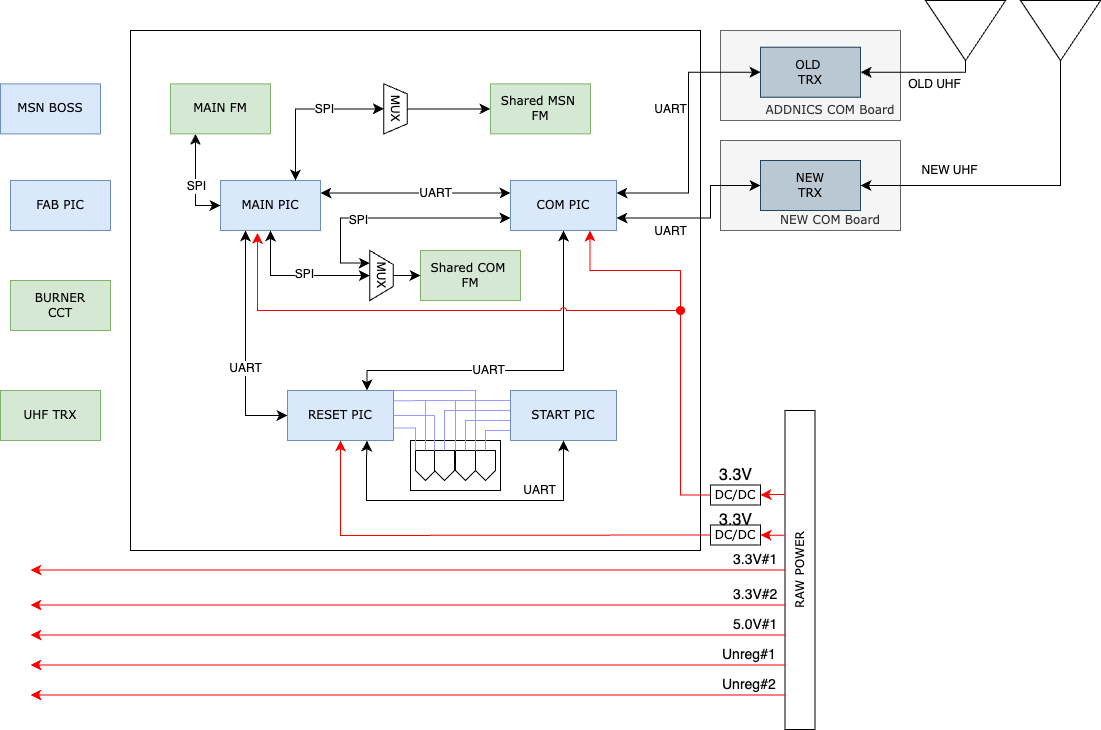
Before: Diagrams/obc-block-diagram.png, a diagram exported from draw.io (BIRDSOpenSource/BIRDSRP-OBC). Source tidied: cells renumbered, new cells last; positions are measured from the earlier drawing's top-left corner, leaving out a move shared by most shapes.
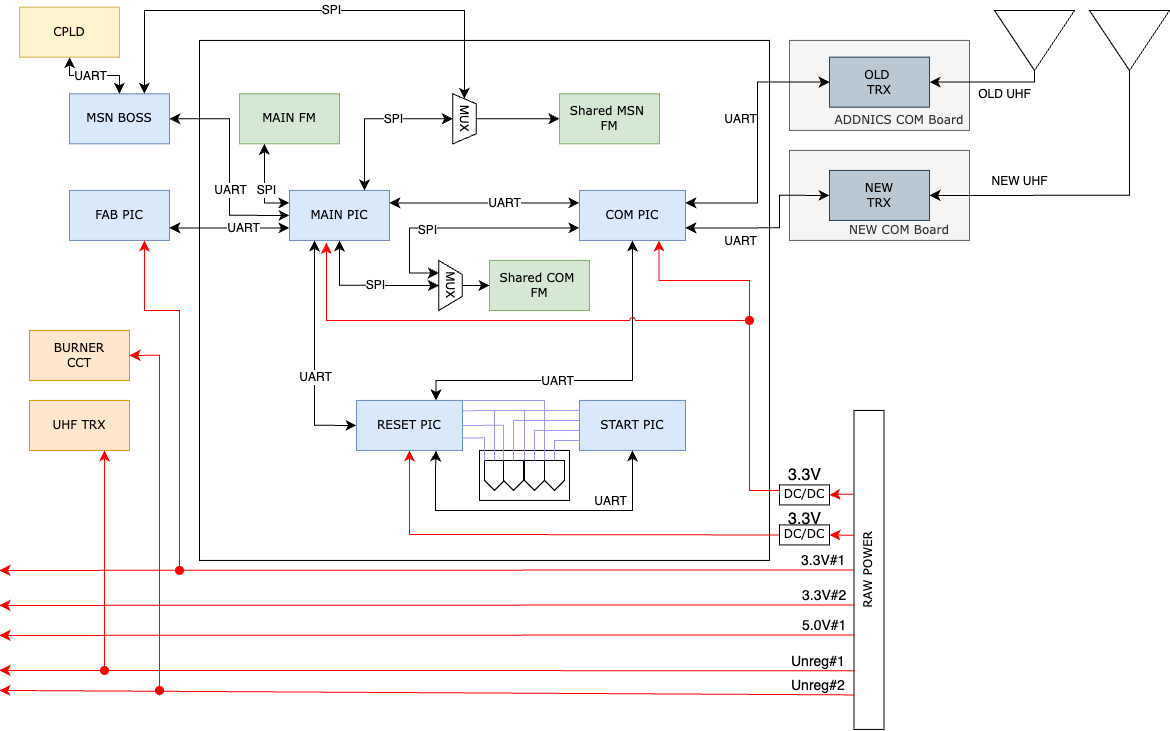
The same diagram one commit later.

Change to the diagram source:
```diff
@@ -15,7 +15,7 @@
       <mxGeometry x="510" y="190" width="106" height="50" as="geometry" />
     </mxCell>
     <mxCell id="6" value="MUX" style="shape=trapezoid;perimeter=trapezoidPerimeter;whiteSpace=wrap;html=1;fixedSize=1;rotation=90;size=14;" parent="1" vertex="1">
-      <mxGeometry x="356" y="273.3" width="50" height="23.4" as="geometry" />
+      <mxGeometry x="356" y="273.4" width="50" height="23.4" as="geometry" />
     </mxCell>
     <mxCell id="7" style="triangle;whiteSpace=wrap;html=1;rotation=90;" parent="1" vertex="1">
       <mxGeometry x="935" y="0.1" width="60" height="80" as="geometry" />
@@ -33,7 +33,7 @@
       <mxGeometry x="370" y="106.7" width="50" height="23.4" as="geometry" />
     </mxCell>
     <mxCell id="12" value="FAB PIC" style="shape=rect;dashed=0;shadow=0;html=1;whiteSpace=wrap;rotation=0;rounded=0;comic=0;labelBackgroundColor=none;strokeWidth=1;fontFamily=Verdana;fontSize=12;align=center;fillColor=#dae8fc;strokeColor=#6c8ebf;" parent="1" vertex="1">
-      <mxGeometry x="10" y="190" width="100" height="50" as="geometry" />
+      <mxGeometry y="190" width="100" height="50" as="geometry" />
     </mxCell>
     <mxCell id="13" style="endArrow=classic;html=1;rounded=0;fontSize=12;startSize=8;endSize=8;curved=1;exitX=1;exitY=0.25;exitDx=0;exitDy=0;entryX=0;entryY=0.25;entryDx=0;entryDy=0;startArrow=classic;startFill=1;" parent="1" edge="1" source="4" target="5">
       <mxGeometry relative="1" as="geometry" />
@@ -69,17 +69,14 @@
     <mxCell id="22" value="SPI" style="edgeLabel;html=1;align=center;verticalAlign=middle;fontSize=12;" parent="21" vertex="1">
       <mxGeometry x="0.25" y="2" relative="1" as="geometry" />
     </mxCell>
-    <mxCell id="23" style="endArrow=classic;html=1;rounded=0;fontSize=12;startSize=8;endSize=8;exitX=0.25;exitY=1;exitDx=0;exitDy=0;entryX=0;entryY=0.5;entryDx=0;entryDy=0;startArrow=classic;startFill=1;edgeStyle=orthogonalEdgeStyle;" parent="1" edge="1" source="3" target="4">
+    <mxCell id="23" style="endArrow=classic;html=1;rounded=0;fontSize=12;startSize=8;endSize=8;exitX=0.25;exitY=1;exitDx=0;exitDy=0;entryX=0;entryY=0.25;entryDx=0;entryDy=0;startArrow=classic;startFill=1;edgeStyle=orthogonalEdgeStyle;" parent="1" edge="1" source="3" target="4">
       <mxGeometry relative="1" as="geometry" />
     </mxCell>
     <mxCell id="24" value="SPI" style="edgeLabel;html=1;align=center;verticalAlign=middle;fontSize=12;" parent="23" vertex="1">
       <mxGeometry x="0.1" y="1" relative="1" as="geometry" />
     </mxCell>
-    <mxCell id="25" value="UHF TRX" style="shape=rect;dashed=0;shadow=0;html=1;whiteSpace=wrap;rotation=0;rounded=0;comic=0;labelBackgroundColor=none;strokeWidth=1;fontFamily=Verdana;fontSize=12;align=center;fillColor=#d5e8d4;strokeColor=#82b366;" parent="1" vertex="1">
-      <mxGeometry y="400" width="100" height="50" as="geometry" />
-    </mxCell>
-    <mxCell id="26" value="BURNER&lt;div&gt;CCT&lt;/div&gt;" style="shape=rect;dashed=0;shadow=0;html=1;whiteSpace=wrap;rotation=0;rounded=0;comic=0;labelBackgroundColor=none;strokeWidth=1;fontFamily=Verdana;fontSize=12;align=center;fillColor=#d5e8d4;strokeColor=#82b366;" parent="1" vertex="1">
-      <mxGeometry x="10" y="290" width="100" height="50" as="geometry" />
+    <mxCell id="26" value="BURNER&lt;div&gt;CCT&lt;/div&gt;" style="shape=rect;dashed=0;shadow=0;html=1;whiteSpace=wrap;rotation=0;rounded=0;comic=0;labelBackgroundColor=none;strokeWidth=1;fontFamily=Verdana;fontSize=12;align=center;fillColor=#ffe6cc;strokeColor=#d79b00;" parent="1" vertex="1">
+      <mxGeometry x="-40" y="330" width="100" height="50" as="geometry" />
     </mxCell>
     <mxCell id="27" value="&lt;blockquote style=&quot;margin: 0 0 0 40px; border: none; padding: 0px;&quot;&gt;&lt;p style=&quot;line-height: 120%; margin-bottom: 0px; margin-left: 0px; margin-top: 70px;&quot;&gt;ADDNICS COM Board&lt;/p&gt;&lt;/blockquote&gt;" style="shape=rect;dashed=0;shadow=0;html=1;whiteSpace=wrap;rounded=0;comic=0;labelBackgroundColor=none;strokeWidth=1;fontFamily=Verdana;fontSize=12;align=center;fillColor=#f5f5f5;fontColor=#333333;strokeColor=#666666;" parent="1" vertex="1">
       <mxGeometry x="720" y="40" width="180" height="90" as="geometry" />
@@ -262,14 +259,14 @@
       <mxGeometry y="93.4" width="100" height="50" as="geometry" />
     </mxCell>
     <mxCell id="64" style="group;" parent="1" vertex="1">
-      <mxGeometry x="30" y="420" width="784.5" height="319" as="geometry" />
+      <mxGeometry x="30" y="410" width="784.5" height="319" as="geometry" />
     </mxCell>
     <mxCell id="65" value="RAW POWER" style="shape=rect;dashed=0;shadow=0;html=1;whiteSpace=wrap;rounded=0;comic=0;labelBackgroundColor=none;strokeWidth=1;fontFamily=Verdana;fontSize=12;align=center;rotation=-90;" parent="64" vertex="1">
       <mxGeometry x="610" y="144.5" width="319" height="30" as="geometry" />
     </mxCell>
     <mxCell id="66" style="endArrow=classic;html=1;rounded=0;fontSize=12;startSize=8;endSize=8;curved=1;strokeColor=#FF0000;exitX=0.5;exitY=0;exitDx=0;exitDy=0;" parent="64" edge="1" source="65">
       <mxGeometry relative="1" as="geometry">
-        <mxPoint y="159.5" as="targetPoint" />
+        <mxPoint x="-100" y="160" as="targetPoint" />
       </mxGeometry>
     </mxCell>
     <mxCell id="67" value="&lt;font style=&quot;font-size: 14px;&quot;&gt;3.3V#1&lt;/font&gt;" style="edgeLabel;html=1;fontSize=12;align=left;verticalAlign=bottom;" parent="66" vertex="1">
@@ -280,7 +277,7 @@
     <mxCell id="68" style="endArrow=classic;html=1;rounded=0;fontSize=12;startSize=8;endSize=8;curved=1;strokeColor=#FF0000;exitX=0.5;exitY=0;exitDx=0;exitDy=0;" parent="64" edge="1">
       <mxGeometry relative="1" as="geometry">
         <mxPoint x="755" y="284.5" as="sourcePoint" />
-        <mxPoint y="284.5" as="targetPoint" />
+        <mxPoint x="-100" y="280" as="targetPoint" />
       </mxGeometry>
     </mxCell>
     <mxCell id="69" value="&lt;font style=&quot;font-size: 14px;&quot;&gt;Unreg#2&lt;/font&gt;" style="edgeLabel;html=1;fontSize=12;align=left;verticalAlign=bottom;" parent="68" vertex="1">
@@ -291,7 +288,7 @@
     <mxCell id="70" style="endArrow=classic;html=1;rounded=0;fontSize=12;startSize=8;endSize=8;curved=1;strokeColor=#FF0000;exitX=0.5;exitY=0;exitDx=0;exitDy=0;" parent="64" edge="1">
       <mxGeometry relative="1" as="geometry">
         <mxPoint x="755" y="194.5" as="sourcePoint" />
-        <mxPoint y="194.5" as="targetPoint" />
+        <mxPoint x="-100" y="195" as="targetPoint" />
       </mxGeometry>
     </mxCell>
     <mxCell id="71" value="&lt;font style=&quot;font-size: 14px;&quot;&gt;3.3V#2&lt;/font&gt;" style="edgeLabel;html=1;fontSize=12;align=left;verticalAlign=bottom;" parent="70" vertex="1">
@@ -302,7 +299,7 @@
     <mxCell id="72" style="endArrow=classic;html=1;rounded=0;fontSize=12;startSize=8;endSize=8;curved=1;strokeColor=#FF0000;exitX=0.5;exitY=0;exitDx=0;exitDy=0;" parent="64" edge="1">
       <mxGeometry relative="1" as="geometry">
         <mxPoint x="755" y="224.5" as="sourcePoint" />
-        <mxPoint y="224.5" as="targetPoint" />
+        <mxPoint x="-100" y="225" as="targetPoint" />
       </mxGeometry>
     </mxCell>
     <mxCell id="73" value="&lt;font style=&quot;font-size: 14px;&quot;&gt;5.0V#1&lt;/font&gt;" style="edgeLabel;html=1;fontSize=12;align=left;verticalAlign=bottom;" parent="72" vertex="1">
@@ -310,10 +307,9 @@
         <mxPoint x="-54" as="offset" />
       </mxGeometry>
     </mxCell>
-    <mxCell id="74" style="endArrow=classic;html=1;rounded=0;fontSize=12;startSize=8;endSize=8;curved=1;strokeColor=#FF0000;exitX=0.5;exitY=0;exitDx=0;exitDy=0;" parent="64" edge="1">
+    <mxCell id="74" style="endArrow=classic;html=1;rounded=0;fontSize=12;startSize=8;endSize=8;curved=1;strokeColor=#FF0000;exitX=0.184;exitY=0.024;exitDx=0;exitDy=0;exitPerimeter=0;" parent="64" edge="1" source="65">
       <mxGeometry relative="1" as="geometry">
-        <mxPoint x="755" y="254.5" as="sourcePoint" />
-        <mxPoint y="254.5" as="targetPoint" />
+        <mxPoint x="-100" y="260" as="targetPoint" />
       </mxGeometry>
     </mxCell>
     <mxCell id="75" value="&lt;font style=&quot;font-size: 14px;&quot;&gt;Unreg#1&lt;/font&gt;" style="edgeLabel;html=1;fontSize=12;align=left;verticalAlign=bottom;" parent="74" vertex="1">
@@ -339,18 +335,40 @@
     <mxCell id="81" value="3.3V" style="text;html=1;align=center;verticalAlign=middle;strokeColor=none;fillColor=none;fontSize=16;" parent="64" vertex="1">
       <mxGeometry x="675" y="94.5" width="60" height="30" as="geometry" />
     </mxCell>
+    <mxCell id="85" style="endArrow=classic;html=1;rounded=0;fontSize=12;startSize=8;endSize=8;strokeColor=#FF0000;edgeStyle=orthogonalEdgeStyle;entryX=1;entryY=0.5;entryDx=0;entryDy=0;startArrow=oval;startFill=1;jumpStyle=arc;jumpSize=6;" parent="64" edge="1" target="26">
+      <mxGeometry relative="1" as="geometry">
+        <mxPoint x="60" y="280" as="sourcePoint" />
+        <Array as="points">
+          <mxPoint x="60" y="285" />
+          <mxPoint x="60" y="-55" />
+        </Array>
+      </mxGeometry>
+    </mxCell>
+    <mxCell id="86" style="endArrow=classic;html=1;rounded=0;fontSize=12;startSize=8;endSize=8;strokeColor=#FF0000;edgeStyle=orthogonalEdgeStyle;entryX=0.75;entryY=1;entryDx=0;entryDy=0;startArrow=oval;startFill=1;jumpStyle=arc;jumpSize=6;" parent="64" edge="1" target="25">
+      <mxGeometry relative="1" as="geometry">
+        <mxPoint x="5" y="260" as="sourcePoint" />
+        <Array as="points">
+          <mxPoint x="5" y="150" />
+          <mxPoint x="5" y="150" />
+        </Array>
+      </mxGeometry>
+    </mxCell>
+    <mxCell id="25" value="UHF TRX" style="shape=rect;dashed=0;shadow=0;html=1;whiteSpace=wrap;rotation=0;rounded=0;comic=0;labelBackgroundColor=none;strokeWidth=1;fontFamily=Verdana;fontSize=12;align=center;fillColor=#ffe6cc;strokeColor=#d79b00;" parent="64" vertex="1">
+      <mxGeometry x="-70" y="-10" width="100" height="50" as="geometry" />
+    </mxCell>
     <mxCell id="82" style="endArrow=classic;html=1;rounded=0;fontSize=12;startSize=8;endSize=8;strokeColor=#FF0000;exitX=0;exitY=0.5;exitDx=0;exitDy=0;edgeStyle=orthogonalEdgeStyle;entryX=0.5;entryY=1;entryDx=0;entryDy=0;" parent="1" edge="1" source="78" target="42">
       <mxGeometry relative="1" as="geometry">
         <Array as="points">
-          <mxPoint x="690" y="545" />
-          <mxPoint x="340" y="545" />
+          <mxPoint x="690" y="534" />
+          <mxPoint x="340" y="534" />
         </Array>
       </mxGeometry>
     </mxCell>
     <mxCell id="83" style="endArrow=classic;html=1;rounded=0;fontSize=12;startSize=8;endSize=8;strokeColor=#FF0000;edgeStyle=orthogonalEdgeStyle;entryX=0.75;entryY=1;entryDx=0;entryDy=0;exitX=0;exitY=0.5;exitDx=0;exitDy=0;" parent="1" edge="1" source="79" target="5">
       <mxGeometry relative="1" as="geometry">
         <Array as="points">
-          <mxPoint x="680" y="504" />
+          <mxPoint x="710" y="490" />
+          <mxPoint x="680" y="490" />
           <mxPoint x="680" y="280" />
           <mxPoint x="590" y="280" />
         </Array>
@@ -365,5 +383,49 @@
         </Array>
       </mxGeometry>
     </mxCell>
+    <mxCell id="87" style="endArrow=classic;html=1;rounded=0;fontSize=12;startSize=8;endSize=8;strokeColor=#FF0000;edgeStyle=orthogonalEdgeStyle;entryX=0.75;entryY=1;entryDx=0;entryDy=0;startArrow=oval;startFill=1;jumpStyle=arc;jumpSize=6;" parent="1" edge="1" target="12">
+      <mxGeometry relative="1" as="geometry">
+        <mxPoint x="110" y="570" as="sourcePoint" />
+        <Array as="points">
+          <mxPoint x="110" y="570" />
+          <mxPoint x="110" y="310" />
+          <mxPoint x="75" y="310" />
+        </Array>
+      </mxGeometry>
+    </mxCell>
+    <mxCell id="88" style="endArrow=classic;html=1;rounded=0;fontSize=12;startSize=8;endSize=8;curved=1;exitX=1;exitY=0.75;exitDx=0;exitDy=0;entryX=0;entryY=0.75;entryDx=0;entryDy=0;startArrow=classic;startFill=1;" parent="1" edge="1" source="12" target="4">
+      <mxGeometry relative="1" as="geometry" />
+    </mxCell>
+    <mxCell id="89" value="UART" style="edgeLabel;html=1;align=center;verticalAlign=middle;fontSize=12;" parent="88" vertex="1">
+      <mxGeometry x="0.21" relative="1" as="geometry" />
+    </mxCell>
+    <mxCell id="90" style="endArrow=classic;html=1;rounded=0;fontSize=12;startSize=8;endSize=8;exitX=1;exitY=0.5;exitDx=0;exitDy=0;entryX=0;entryY=0.5;entryDx=0;entryDy=0;startArrow=classic;startFill=1;edgeStyle=orthogonalEdgeStyle;" parent="1" edge="1" source="63" target="4">
+      <mxGeometry relative="1" as="geometry" />
+    </mxCell>
+    <mxCell id="91" value="UART" style="edgeLabel;html=1;align=center;verticalAlign=middle;fontSize=12;" parent="90" vertex="1">
+      <mxGeometry x="0.21" relative="1" as="geometry" />
+    </mxCell>
+    <mxCell id="92" style="endArrow=classic;html=1;rounded=0;fontSize=12;startSize=8;endSize=8;exitX=0.75;exitY=0;exitDx=0;exitDy=0;entryX=0;entryY=0.5;entryDx=0;entryDy=0;startArrow=classic;startFill=1;edgeStyle=orthogonalEdgeStyle;" parent="1" edge="1" source="63" target="11">
+      <mxGeometry relative="1" as="geometry">
+        <Array as="points">
+          <mxPoint x="75" y="10" />
+          <mxPoint x="395" y="10" />
+        </Array>
+      </mxGeometry>
+    </mxCell>
+    <mxCell id="93" value="SPI" style="edgeLabel;html=1;align=center;verticalAlign=middle;fontSize=12;" parent="92" vertex="1">
+      <mxGeometry x="0.1" y="1" relative="1" as="geometry" />
+    </mxCell>
+    <mxCell id="94" value="CPLD" style="shape=rect;dashed=0;shadow=0;html=1;whiteSpace=wrap;rotation=0;rounded=0;comic=0;labelBackgroundColor=none;strokeWidth=1;fontFamily=Verdana;fontSize=12;align=center;fillColor=#fff2cc;strokeColor=#d6b656;" parent="1" vertex="1">
+      <mxGeometry x="-50" y="6.7" width="100" height="50" as="geometry" />
+    </mxCell>
+    <mxCell id="95" style="endArrow=classic;html=1;rounded=0;fontSize=12;startSize=8;endSize=8;exitX=0.5;exitY=1;exitDx=0;exitDy=0;entryX=0.5;entryY=0;entryDx=0;entryDy=0;startArrow=classic;startFill=1;edgeStyle=orthogonalEdgeStyle;" parent="1" edge="1" source="94" target="63">
+      <mxGeometry relative="1" as="geometry" />
+    </mxCell>
+    <mxCell id="96" value="UART" style="edgeLabel;html=1;align=center;verticalAlign=middle;fontSize=12;" parent="95" vertex="1">
+      <mxGeometry x="0.21" relative="1" as="geometry">
+        <mxPoint x="-14" as="offset" />
+      </mxGeometry>
+    </mxCell>
   </root>
 </mxGraphModel>
```
